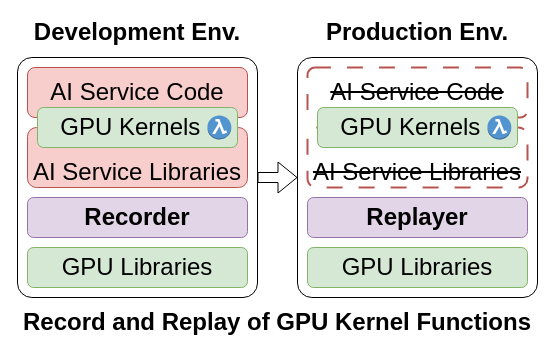
ya0guang/researches keeps this draw.io diagram as page "replay" (5 of 8) of ConfidentialComputing/confAI_current.drawio. Above is the earlier version. Source tidied: cells renumbered, new cells numbered last; positions are measured from the earlier drawing's top-left corner, leaving out a move shared by most shapes. Both pictures are drawn from the tidied source at 100%, with x=0, y=0 at pixel (17, 17).
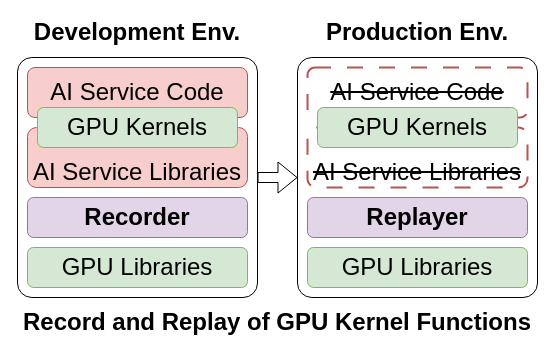
Above is the later version.

Unchanged cells that the change refers to:
```xml
<mxCell id="6" style="group;shadow=0;rounded=0;glass=0;" parent="1" vertex="1">
  <mxGeometry x="20" y="90" width="200" height="40" as="geometry" />
</mxCell>
<mxCell id="19" style="group;shadow=0;rounded=0;glass=0;" parent="1" vertex="1">
  <mxGeometry x="300" y="90" width="200" height="40" as="geometry" />
</mxCell>
```

Change to the diagram source:
```diff
@@
-    <mxCell id="7" value="&lt;span style=&quot;font-size: 24px;&quot;&gt;GPU Kernels&amp;nbsp;&amp;nbsp;&lt;/span&gt;" style="rounded=1;whiteSpace=wrap;html=1;fillColor=#d5e8d4;strokeColor=#82b366;" parent="6" vertex="1">
+    <mxCell id="7" value="&lt;span style=&quot;font-size: 24px;&quot;&gt;GPU Kernels&lt;/span&gt;" style="rounded=1;whiteSpace=wrap;html=1;fillColor=#d5e8d4;strokeColor=#82b366;" parent="6" vertex="1">
       <mxGeometry width="200" height="40" as="geometry" />
     </mxCell>
-    <mxCell id="8" style="dashed=0;verticalLabelPosition=bottom;verticalAlign=top;align=center;html=1;shape=mxgraph.aws3.lambda_function;fillColor=#5294CF;gradientColor=none;" parent="6" vertex="1">
-      <mxGeometry x="170" y="8.1" width="23.8" height="23.8" as="geometry" />
-    </mxCell>
@@
-    <mxCell id="20" value="&lt;span style=&quot;font-size: 24px;&quot;&gt;GPU Kernels&amp;nbsp;&amp;nbsp;&lt;/span&gt;" style="rounded=1;whiteSpace=wrap;html=1;fillColor=#d5e8d4;strokeColor=#82b366;" parent="19" vertex="1">
+    <mxCell id="20" value="&lt;span style=&quot;font-size: 24px;&quot;&gt;GPU Kernels&lt;/span&gt;" style="rounded=1;whiteSpace=wrap;html=1;fillColor=#d5e8d4;strokeColor=#82b366;" parent="19" vertex="1">
       <mxGeometry width="200" height="40" as="geometry" />
     </mxCell>
-    <mxCell id="21" style="dashed=0;verticalLabelPosition=bottom;verticalAlign=top;align=center;html=1;shape=mxgraph.aws3.lambda_function;fillColor=#5294CF;gradientColor=none;" parent="19" vertex="1">
-      <mxGeometry x="170" y="8.1" width="23.8" height="23.8" as="geometry" />
-    </mxCell>
```
